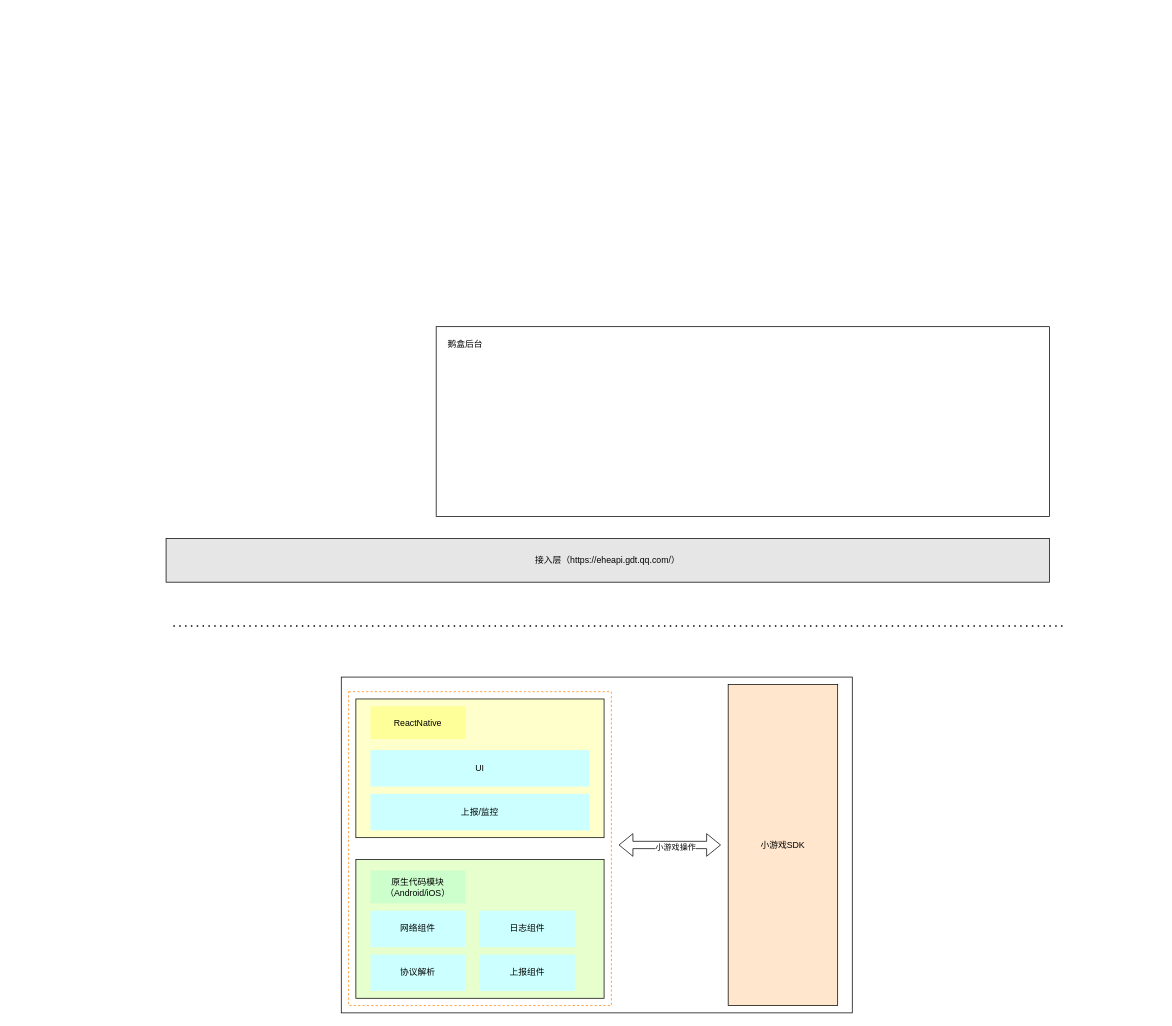
wadesheng/MarkdownPhotos keeps this draw.io diagram as DiDaPic/Untitled Diagram.drawio. Above is the earlier version. Source tidied: cells renumbered, new cells numbered last; positions are measured from the earlier drawing's top-left corner, leaving out a move shared by most shapes. Both pictures are drawn from the tidied source at 73%, with x=0, y=0 at pixel (166, 326).
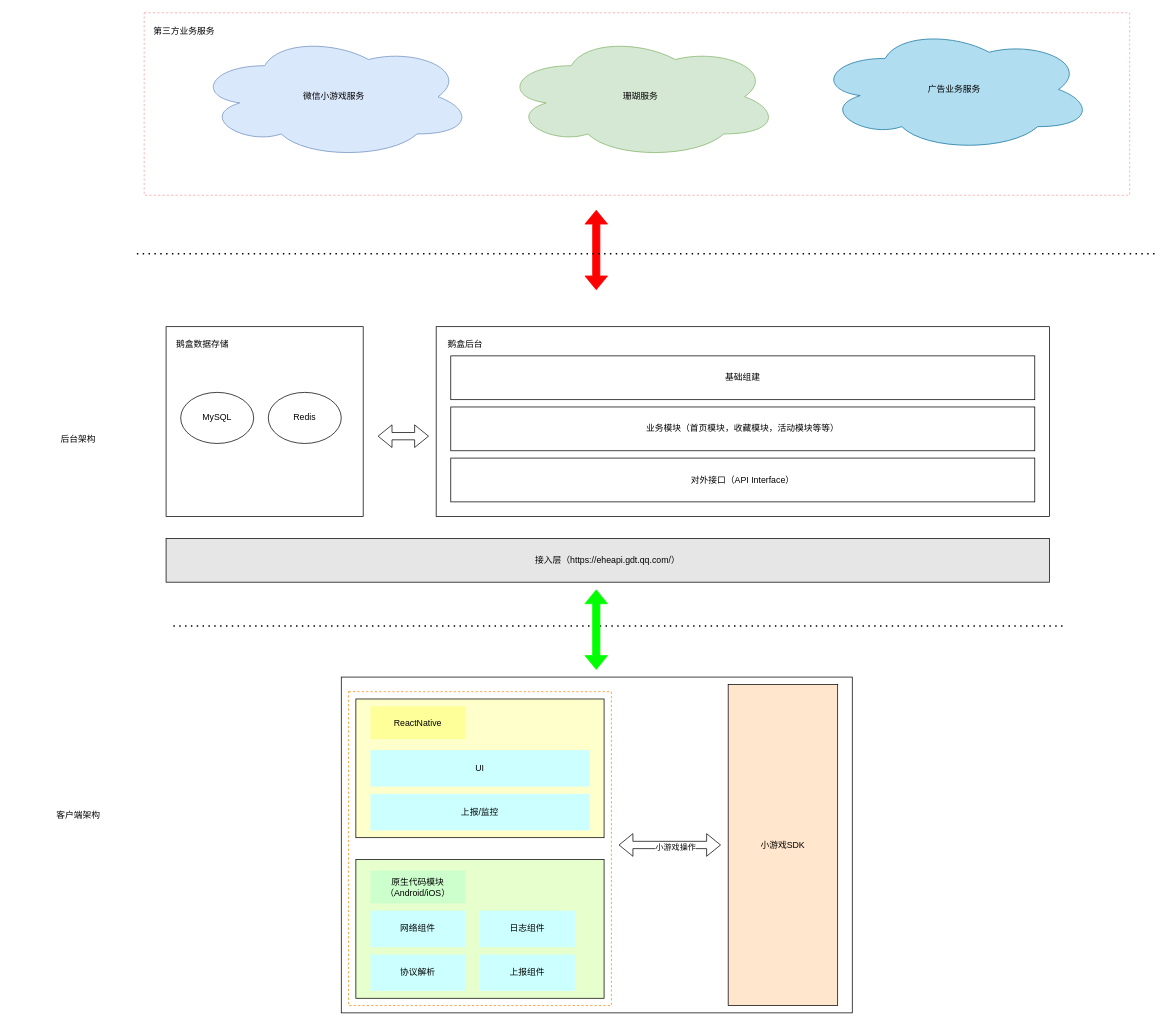
After the change.

Diff of the diagram source:
```diff
@@
+    <mxCell id="22" style="group;" parent="1" vertex="1">
+      <mxGeometry x="-210" y="-430" width="1570" height="1370" as="geometry" />
+    </mxCell>
-    <mxCell id="2" style="group;" parent="1" vertex="1">
-      <mxGeometry x="240" y="480" width="700" height="460" as="geometry" />
+    <mxCell id="2" style="group;" parent="22" vertex="1">
+      <mxGeometry x="450" y="910" width="700" height="460" as="geometry" />
     </mxCell>
@@
-    <mxCell id="18" style="endArrow=none;dashed=1;html=1;dashPattern=1 3;strokeWidth=2;rounded=0;" parent="1" edge="1">
+    <mxCell id="18" style="endArrow=none;dashed=1;html=1;dashPattern=1 3;strokeWidth=2;rounded=0;" parent="22" edge="1">
       <mxGeometry relative="1" as="geometry">
-        <mxPoint x="10" y="410" as="sourcePoint" />
-        <mxPoint x="1230" y="410" as="targetPoint" />
+        <mxPoint x="220" y="840" as="sourcePoint" />
+        <mxPoint x="1440" y="840" as="targetPoint" />
       </mxGeometry>
     </mxCell>
+    <mxCell id="23" style="shape=flexArrow;endArrow=classic;startArrow=classic;html=1;rounded=0;strokeColor=#FF0000;fillColor=#FF0000;" parent="22" edge="1">
+      <mxGeometry relative="1" as="geometry">
+        <mxPoint x="799.3" y="380" as="sourcePoint" />
+        <mxPoint x="799.3" y="270" as="targetPoint" />
+      </mxGeometry>
+    </mxCell>
+    <mxCell id="24" style="group;" parent="22" vertex="1">
+      <mxGeometry x="180" width="1350" height="250" as="geometry" />
+    </mxCell>
+    <mxCell id="25" value="微信小游戏服务" style="ellipse;shape=cloud;whiteSpace=wrap;html=1;fillColor=#dae8fc;strokeColor=#6c8ebf;" parent="24" vertex="1">
+      <mxGeometry x="70" y="30" width="380" height="170" as="geometry" />
+    </mxCell>
+    <mxCell id="26" value="珊瑚服务" style="ellipse;shape=cloud;whiteSpace=wrap;html=1;fillColor=#d5e8d4;strokeColor=#82b366;" parent="24" vertex="1">
+      <mxGeometry x="490" y="30" width="380" height="170" as="geometry" />
+    </mxCell>
+    <mxCell id="27" value="广告业务服务" style="ellipse;shape=cloud;whiteSpace=wrap;html=1;fillColor=#b1ddf0;strokeColor=#10739e;" parent="24" vertex="1">
+      <mxGeometry x="920" y="20" width="380" height="170" as="geometry" />
+    </mxCell>
+    <mxCell id="28" style="rounded=0;whiteSpace=wrap;html=1;fillColor=none;dashed=1;strokeColor=#FF9999;" parent="24" vertex="1">
+      <mxGeometry width="1350" height="250" as="geometry" />
+    </mxCell>
+    <mxCell id="29" value="第三方业务服务" style="text;html=1;strokeColor=none;fillColor=none;align=center;verticalAlign=middle;whiteSpace=wrap;rounded=0;shadow=1;labelBackgroundColor=none;fontFamily=Helvetica;fontSize=12;fontColor=default;opacity=1;" parent="24" vertex="1">
+      <mxGeometry x="10" y="10" width="90" height="30" as="geometry" />
+    </mxCell>
+    <mxCell id="30" style="group;" parent="22" vertex="1">
+      <mxGeometry x="210" y="430" width="1210" height="350" as="geometry" />
+    </mxCell>
-    <mxCell id="19" value="接入层（https://eheapi.gdt.qq.com/）" style="rounded=0;whiteSpace=wrap;html=1;fillColor=#E6E6E6;strokeColor=#000000;" parent="1" vertex="1">
+    <mxCell id="19" value="接入层（https://eheapi.gdt.qq.com/）" style="rounded=0;whiteSpace=wrap;html=1;fillColor=#E6E6E6;strokeColor=#000000;" parent="30" vertex="1">
       <mxGeometry y="290" width="1210" height="60" as="geometry" />
     </mxCell>
-    <mxCell id="20" style="rounded=0;whiteSpace=wrap;html=1;fillColor=none;strokeColor=#000000;" parent="1" vertex="1">
+    <mxCell id="20" style="rounded=0;whiteSpace=wrap;html=1;fillColor=none;strokeColor=#000000;" parent="30" vertex="1">
       <mxGeometry x="370" width="840" height="260" as="geometry" />
     </mxCell>
-    <mxCell id="21" value="鹅盒后台" style="text;html=1;strokeColor=none;fillColor=none;align=center;verticalAlign=middle;whiteSpace=wrap;rounded=0;shadow=1;labelBackgroundColor=none;fontFamily=Helvetica;fontSize=12;fontColor=default;opacity=1;" parent="1" vertex="1">
+    <mxCell id="21" value="鹅盒后台" style="text;html=1;strokeColor=none;fillColor=none;align=center;verticalAlign=middle;whiteSpace=wrap;rounded=0;shadow=1;labelBackgroundColor=none;fontFamily=Helvetica;fontSize=12;fontColor=default;opacity=1;" parent="30" vertex="1">
       <mxGeometry x="380" y="10" width="60" height="30" as="geometry" />
     </mxCell>
+    <mxCell id="31" value="对外接口（API Interface）" style="rounded=0;whiteSpace=wrap;html=1;" parent="30" vertex="1">
+      <mxGeometry x="390" y="180" width="800" height="60" as="geometry" />
+    </mxCell>
+    <mxCell id="32" value="业务模块（首页模块，收藏模块，活动模块等等）" style="rounded=0;whiteSpace=wrap;html=1;" parent="30" vertex="1">
+      <mxGeometry x="390" y="110" width="800" height="60" as="geometry" />
+    </mxCell>
+    <mxCell id="33" value="基础组建" style="rounded=0;whiteSpace=wrap;html=1;" parent="30" vertex="1">
+      <mxGeometry x="390" y="40" width="800" height="60" as="geometry" />
+    </mxCell>
+    <mxCell id="34" style="rounded=0;whiteSpace=wrap;html=1;" parent="30" vertex="1">
+      <mxGeometry width="270" height="260" as="geometry" />
+    </mxCell>
+    <mxCell id="35" value="鹅盒数据存储" style="text;html=1;strokeColor=none;fillColor=none;align=center;verticalAlign=middle;whiteSpace=wrap;rounded=0;shadow=1;labelBackgroundColor=none;fontFamily=Helvetica;fontSize=12;fontColor=default;opacity=1;" parent="30" vertex="1">
+      <mxGeometry x="10" y="10" width="80" height="30" as="geometry" />
+    </mxCell>
+    <mxCell id="36" value="MySQL" style="ellipse;whiteSpace=wrap;html=1;" parent="30" vertex="1">
+      <mxGeometry x="20" y="90" width="100" height="70" as="geometry" />
+    </mxCell>
+    <mxCell id="37" value="Redis" style="ellipse;whiteSpace=wrap;html=1;" parent="30" vertex="1">
+      <mxGeometry x="140" y="90" width="100" height="70" as="geometry" />
+    </mxCell>
+    <mxCell id="38" style="shape=flexArrow;endArrow=classic;startArrow=classic;html=1;rounded=0;" parent="30" edge="1">
+      <mxGeometry relative="1" as="geometry">
+        <mxPoint x="290" y="150" as="sourcePoint" />
+        <mxPoint x="360" y="150" as="targetPoint" />
+        <Array as="points">
+          <mxPoint x="290" y="150" />
+        </Array>
+      </mxGeometry>
+    </mxCell>
+    <mxCell id="39" style="endArrow=none;dashed=1;html=1;dashPattern=1 3;strokeWidth=2;rounded=0;" parent="22" edge="1">
+      <mxGeometry relative="1" as="geometry">
+        <mxPoint x="170" y="330" as="sourcePoint" />
+        <mxPoint x="1570" y="330" as="targetPoint" />
+      </mxGeometry>
+    </mxCell>
+    <mxCell id="40" style="shape=flexArrow;endArrow=classic;startArrow=classic;html=1;rounded=0;strokeColor=#00FF00;fillColor=#00FF00;" parent="22" edge="1">
+      <mxGeometry relative="1" as="geometry">
+        <mxPoint x="799.3" y="900" as="sourcePoint" />
+        <mxPoint x="799.3" y="790" as="targetPoint" />
+      </mxGeometry>
+    </mxCell>
+    <mxCell id="41" value="客户端架构" style="text;html=1;strokeColor=none;fillColor=none;align=center;verticalAlign=middle;whiteSpace=wrap;rounded=0;dashed=1;" parent="22" vertex="1">
+      <mxGeometry y="1085" width="180" height="30" as="geometry" />
+    </mxCell>
+    <mxCell id="42" value="后台架构" style="text;html=1;strokeColor=none;fillColor=none;align=center;verticalAlign=middle;whiteSpace=wrap;rounded=0;dashed=1;" parent="22" vertex="1">
+      <mxGeometry y="570" width="180" height="30" as="geometry" />
+    </mxCell>
```
